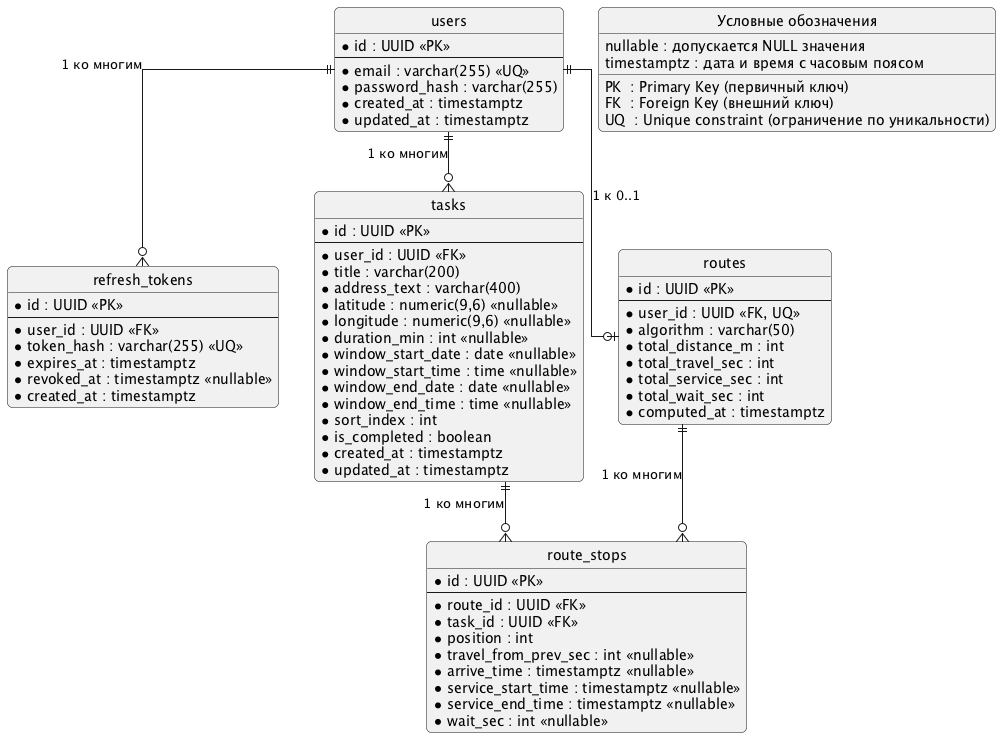
This is Диплом Latex/images/database_model.png from Tyutichkin/diploma, a PlantUML export, as it was before one commit.
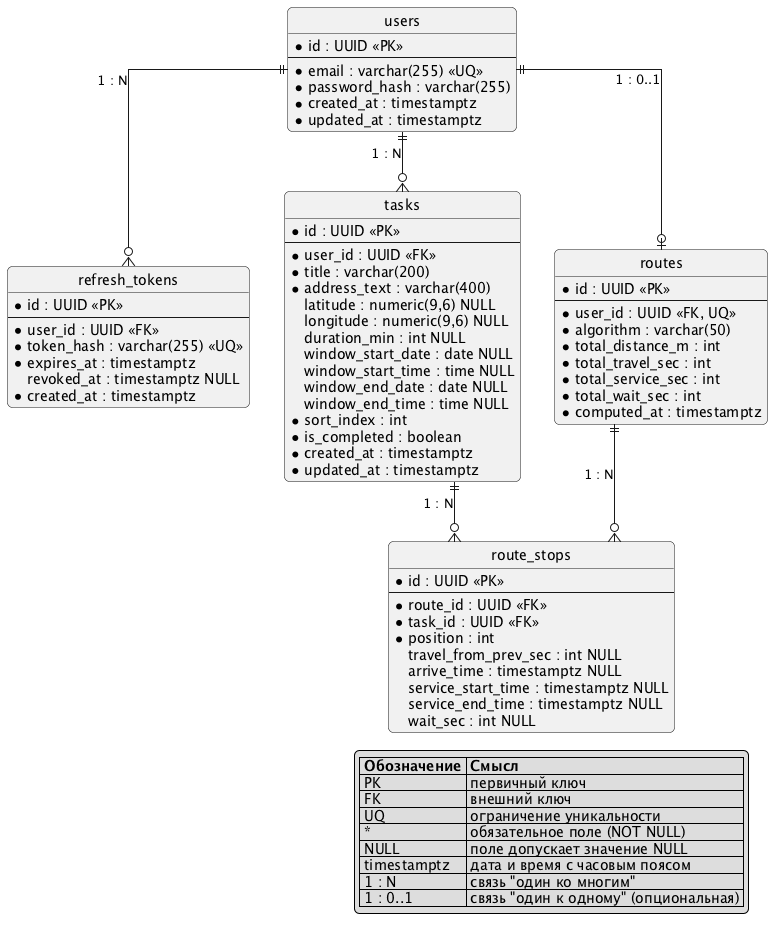
Later version of the same file.

What changed in the source:
```diff
@@ -19,7 +19,7 @@
   * user_id : UUID <<FK>>
   * token_hash : varchar(255) <<UQ>>
   * expires_at : timestamptz
-  * revoked_at : timestamptz <<nullable>>
+    revoked_at : timestamptz NULL
   * created_at : timestamptz
 }
 
@@ -29,13 +29,13 @@
   * user_id : UUID <<FK>>
   * title : varchar(200)
   * address_text : varchar(400)
-  * latitude : numeric(9,6) <<nullable>>
-  * longitude : numeric(9,6) <<nullable>>
-  * duration_min : int <<nullable>>
-  * window_start_date : date <<nullable>>
-  * window_start_time : time <<nullable>>
-  * window_end_date : date <<nullable>>
-  * window_end_time : time <<nullable>>
+    latitude : numeric(9,6) NULL
+    longitude : numeric(9,6) NULL
+    duration_min : int NULL
+    window_start_date : date NULL
+    window_start_time : time NULL
+    window_end_date : date NULL
+    window_end_time : time NULL
   * sort_index : int
   * is_completed : boolean
   * created_at : timestamptz
@@ -60,26 +60,30 @@
   * route_id : UUID <<FK>>
   * task_id : UUID <<FK>>
   * position : int
-  * travel_from_prev_sec : int <<nullable>>
-  * arrive_time : timestamptz <<nullable>>
-  * service_start_time : timestamptz <<nullable>>
-  * service_end_time : timestamptz <<nullable>>
-  * wait_sec : int <<nullable>>
+    travel_from_prev_sec : int NULL
+    arrive_time : timestamptz NULL
+    service_start_time : timestamptz NULL
+    service_end_time : timestamptz NULL
+    wait_sec : int NULL
 }
 
-users ||--o{ tasks : "1 ко многим"
-users ||--o| routes : "1 к 0..1"
-users ||--o{ rt : "1 ко многим"
+users ||--o{ tasks  : "1 : N"
+users ||--o| routes : "1 : 0..1"
+users ||--o{ rt     : "1 : N"
 
-routes ||--o{ stops : "1 ко многим"
-tasks  ||--o{ stops : "1 ко многим"
+routes ||--o{ stops : "1 : N"
+tasks  ||--o{ stops : "1 : N"
 
-entity "Условные обозначения" as legend {
-  PK  : Primary Key (первичный ключ)
-  FK  : Foreign Key (внешний ключ)
-  UQ  : Unique constraint (ограничение по уникальности)
-  nullable : допускается NULL значения
-  timestamptz : дата и время с часовым поясом
-}
+legend right
+  | <b>Обозначение</b> | <b>Смысл</b> |
+  | PK | первичный ключ |
+  | FK | внешний ключ |
+  | UQ | ограничение уникальности |
+  | * | обязательное поле (NOT NULL) |
+  | NULL | поле допускает значение NULL |
+  | timestamptz | дата и время с часовым поясом |
+  | 1 : N | связь "один ко многим" |
+  | 1 : 0..1 | связь "один к одному" (опциональная) |
+endlegend
 
 @enduml
```
